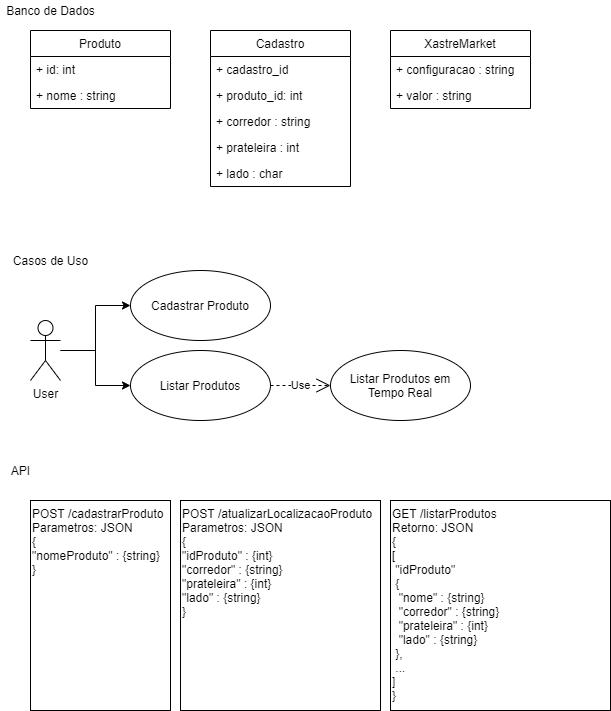
victorcesaroni/XastreMarket keeps this draw.io diagram as doc/XastreMarket.png. Above is the earlier version. Source tidied: cells renumbered, new cells last; positions are measured from the earlier drawing's top-left corner, leaving out a move shared by most shapes.
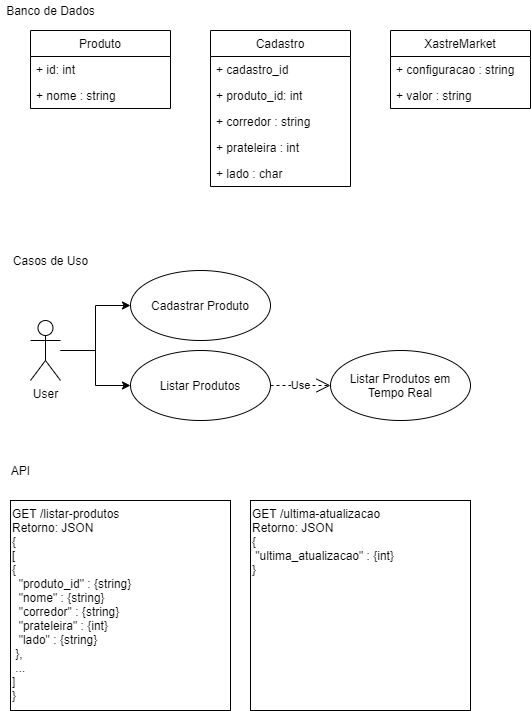
The same file after the commit.

Commit message:
Atualização da documentação

Change to the diagram source:
```diff
@@ -53,14 +53,8 @@
     <mxCell id="18" value="API" style="text;html=1;align=center;verticalAlign=middle;" parent="1" vertex="1">
       <mxGeometry x="5" y="460" width="30" height="20" as="geometry" />
     </mxCell>
-    <mxCell id="19" value="POST /cadastrarProduto&lt;br&gt;Parametros: JSON&lt;br&gt;{&lt;br&gt;&quot;nomeProduto&quot; : {string}&lt;br&gt;}" style="html=1;align=left;verticalAlign=top;" parent="1" vertex="1">
-      <mxGeometry x="30" y="500" width="140" height="210" as="geometry" />
-    </mxCell>
-    <mxCell id="20" value="POST /atualizarLocalizacaoProduto&lt;br&gt;Parametros: JSON&lt;br&gt;{&lt;br&gt;&quot;idProduto&quot; : {int}&lt;br&gt;&quot;corredor&quot; : {string}&lt;br&gt;&quot;prateleira&quot; : {int}&lt;br&gt;&quot;lado&quot; : {string}&lt;br&gt;}" style="html=1;align=left;verticalAlign=top;" parent="1" vertex="1">
-      <mxGeometry x="180" y="500" width="200" height="210" as="geometry" />
-    </mxCell>
-    <mxCell id="21" value="GET /listarProdutos&lt;br&gt;Retorno: JSON&lt;br&gt;{&lt;br&gt;[&lt;br&gt;&amp;nbsp;&quot;idProduto&quot;&lt;br&gt;&amp;nbsp;{&lt;br&gt;&amp;nbsp; &quot;nome&quot; : {string}&lt;br&gt;&amp;nbsp; &quot;corredor&quot; : {string}&lt;br&gt;&amp;nbsp; &quot;prateleira&quot; : {int}&lt;br&gt;&amp;nbsp; &quot;lado&quot; : {string}&lt;br&gt;&amp;nbsp;},&lt;br&gt;&amp;nbsp;...&lt;br&gt;]&lt;br&gt;}" style="html=1;align=left;verticalAlign=top;" parent="1" vertex="1">
-      <mxGeometry x="390" y="500" width="220" height="210" as="geometry" />
+    <mxCell id="21" value="GET /listar-produtos&lt;br&gt;Retorno: JSON&lt;br&gt;{&lt;br&gt;[&lt;br&gt;{&lt;br&gt;&amp;nbsp; &quot;produto_id&quot; : {string}&lt;br&gt;&amp;nbsp; &quot;nome&quot; : {string}&lt;br&gt;&amp;nbsp; &quot;corredor&quot; : {string}&lt;br&gt;&amp;nbsp; &quot;prateleira&quot; : {int}&lt;br&gt;&amp;nbsp; &quot;lado&quot; : {string}&lt;br&gt;&amp;nbsp;},&lt;br&gt;&amp;nbsp;...&lt;br&gt;]&lt;br&gt;}" style="html=1;align=left;verticalAlign=top;" parent="1" vertex="1">
+      <mxGeometry x="10" y="500" width="220" height="210" as="geometry" />
     </mxCell>
     <mxCell id="22" value="XastreMarket" style="swimlane;fontStyle=0;horizontal=1;startSize=26;fillColor=none;" parent="1" vertex="1">
       <mxGeometry x="390" y="30" width="140" height="78" as="geometry" />
@@ -77,5 +71,8 @@
     <mxCell id="26" value="Listar Produtos em Tempo Real" style="ellipse;whiteSpace=wrap;html=1;" parent="1" vertex="1">
       <mxGeometry x="330" y="350" width="140" height="70" as="geometry" />
     </mxCell>
+    <mxCell id="27" value="GET /ultima-atualizacao&lt;br&gt;Retorno: JSON&lt;br&gt;{&lt;br&gt;&amp;nbsp;&quot;ultima_atualizacao&quot; : {int}&lt;br&gt;}" style="html=1;align=left;verticalAlign=top;" parent="1" vertex="1">
+      <mxGeometry x="250" y="500" width="220" height="210" as="geometry" />
+    </mxCell>
   </root>
 </mxGraphModel>
```
